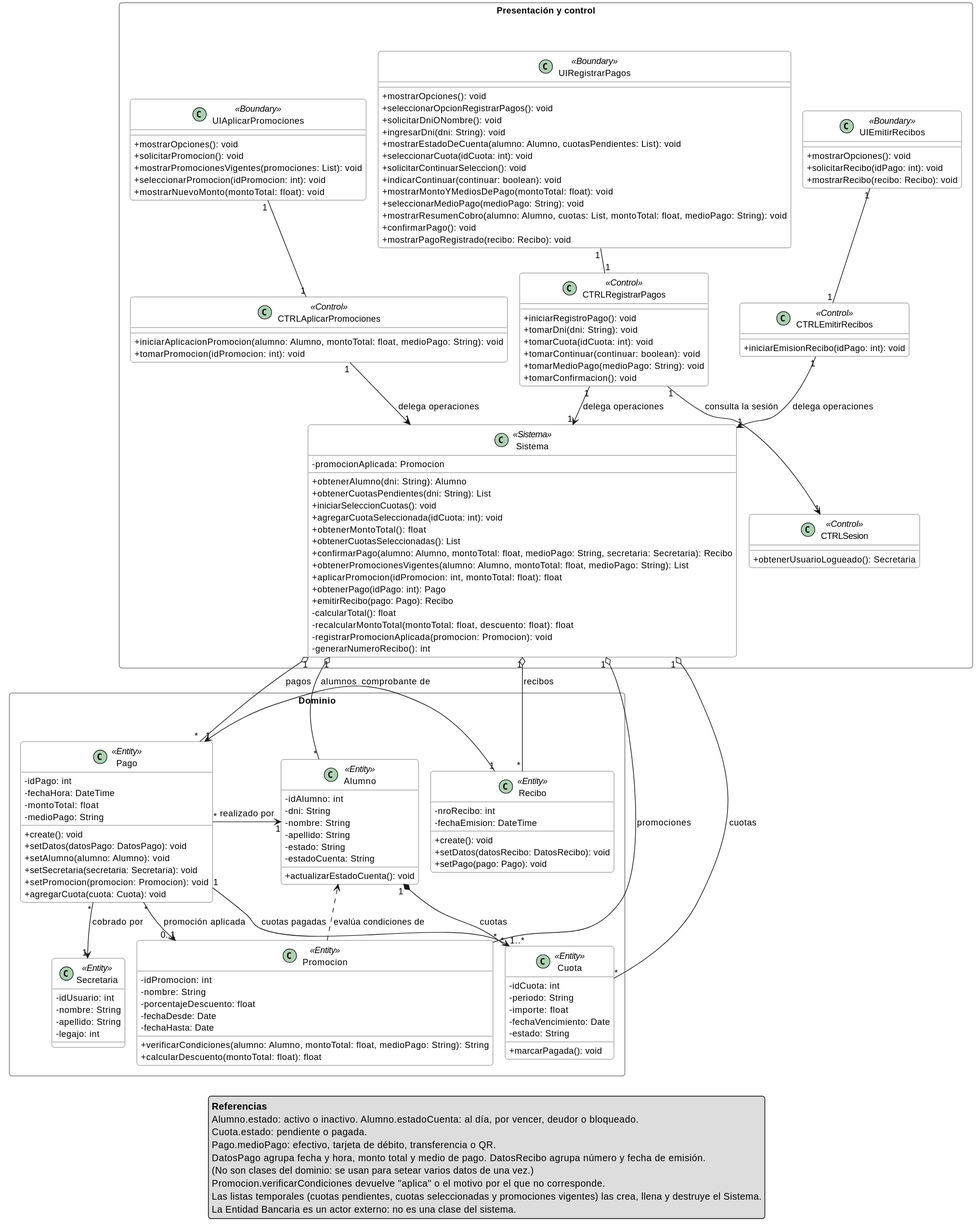
sandobaitt/TpDiseno keeps this PlantUML diagram as tpi2/02-realizacion-cu/2_clases_registrar_pagos.svg. Above is the earlier version.
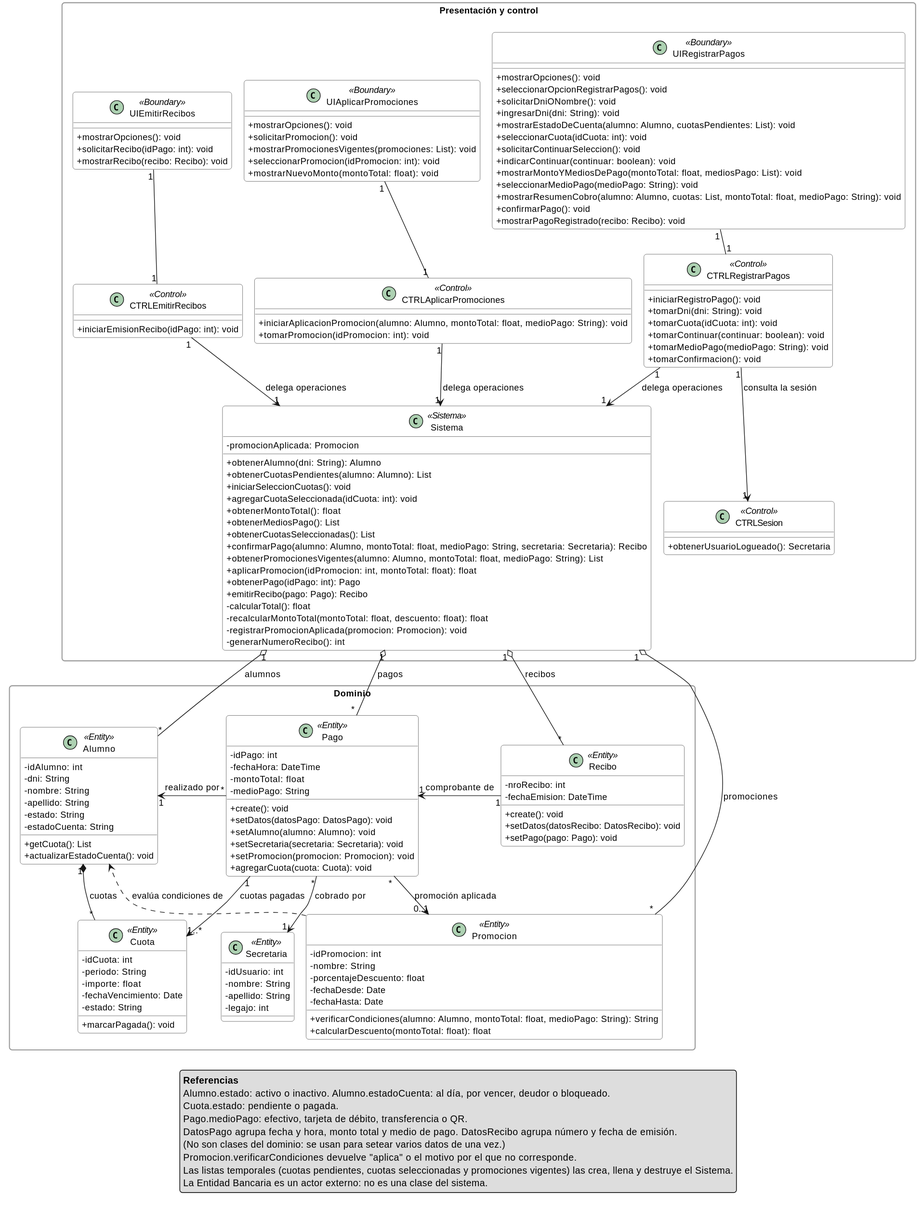
Above is the later version.

Diff of the diagram source:
```diff
@@ -24,7 +24,7 @@
         + seleccionarCuota(idCuota: int): void
         + solicitarContinuarSeleccion(): void
         + indicarContinuar(continuar: boolean): void
-        + mostrarMontoYMediosDePago(montoTotal: float): void
+        + mostrarMontoYMediosDePago(montoTotal: float, mediosPago: List): void
         + seleccionarMedioPago(medioPago: String): void
         + mostrarResumenCobro(alumno: Alumno, cuotas: List, montoTotal: float, medioPago: String): void
         + confirmarPago(): void
@@ -70,10 +70,11 @@
     class Sistema <<Sistema>> {
         - promocionAplicada: Promocion
         + obtenerAlumno(dni: String): Alumno
-        + obtenerCuotasPendientes(dni: String): List
+        + obtenerCuotasPendientes(alumno: Alumno): List
         + iniciarSeleccionCuotas(): void
         + agregarCuotaSeleccionada(idCuota: int): void
         + obtenerMontoTotal(): float
+        + obtenerMediosPago(): List
         + obtenerCuotasSeleccionadas(): List
         + confirmarPago(alumno: Alumno, montoTotal: float, medioPago: String, secretaria: Secretaria): Recibo
         + obtenerPromocionesVigentes(alumno: Alumno, montoTotal: float, medioPago: String): List
@@ -96,6 +97,7 @@
         - apellido: String
         - estado: String
         - estadoCuenta: String
+        + getCuota(): List
         + actualizarEstadoCuenta(): void
     }
 
@@ -157,7 +159,6 @@
 CTRLEmitirRecibos "1" --> "1" Sistema : delega operaciones
 
 Sistema "1" o-- "*" Alumno : alumnos
-Sistema "1" o-- "*" Cuota : cuotas
 Sistema "1" o-- "*" Pago : pagos
 Sistema "1" o-- "*" Recibo : recibos
 Sistema "1" o-- "*" Promocion : promociones
```
